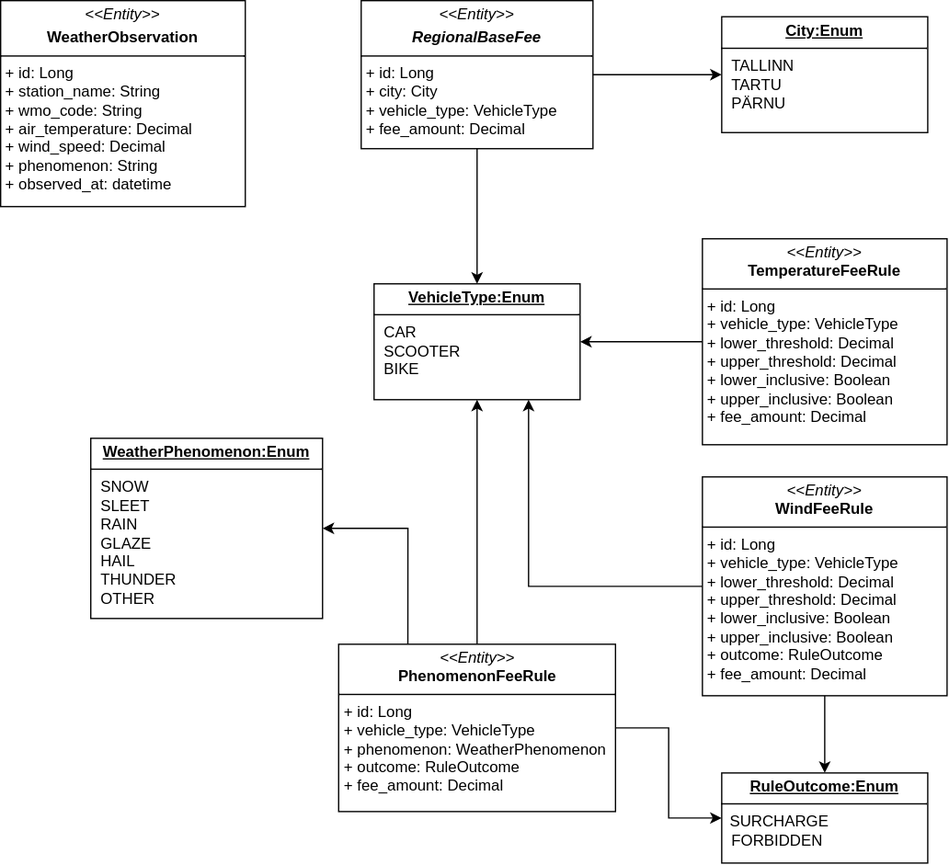
AndreasVG1/delivery-fee-calculator keeps this draw.io diagram as docs/class_diagram_v2.svg. Above is the earlier version. Source tidied: cells renumbered, new cells last; positions are measured from the earlier drawing's top-left corner, leaving out a move shared by most shapes.
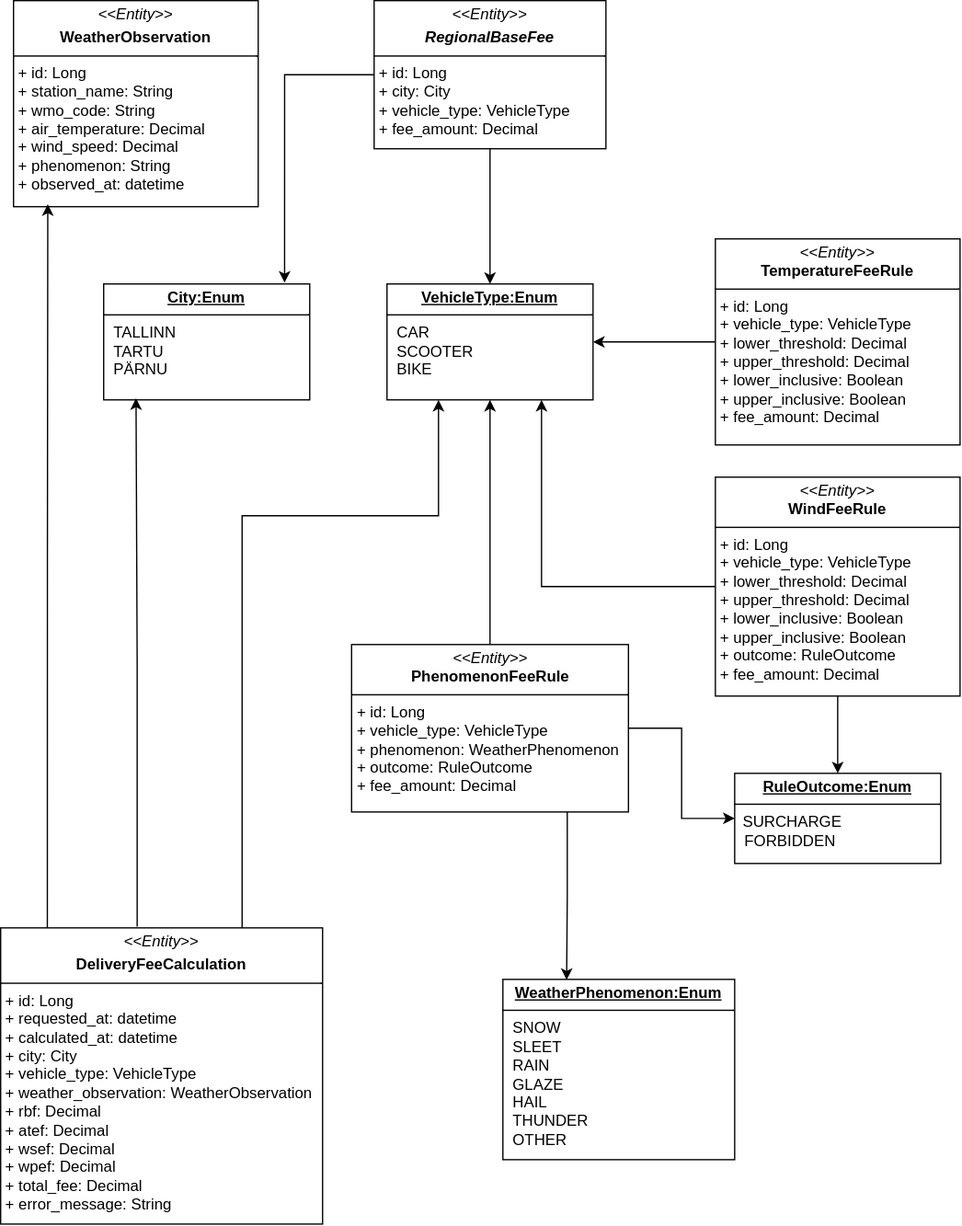
After the commit.

The edit, as a diff of the source:
```diff
@@ -15,10 +15,10 @@
       <mxGeometry x="290" y="220" width="160" height="90" as="geometry" />
     </mxCell>
     <mxCell id="6" value="&lt;p style=&quot;margin: 4px 0px 0px; text-align: center; text-decoration: underline;&quot;&gt;&lt;b&gt;City:Enum&lt;/b&gt;&lt;/p&gt;&lt;hr size=&quot;1&quot; style=&quot;border-style:solid;&quot;&gt;&lt;p style=&quot;margin:0px;margin-left:8px;&quot;&gt;TALLINN&lt;/p&gt;&lt;p style=&quot;margin:0px;margin-left:8px;&quot;&gt;TARTU&lt;/p&gt;&lt;p style=&quot;margin:0px;margin-left:8px;&quot;&gt;PÄRNU&lt;/p&gt;" style="verticalAlign=top;align=left;overflow=fill;html=1;whiteSpace=wrap;" parent="1" vertex="1">
-      <mxGeometry x="560" y="12.5" width="160" height="90" as="geometry" />
+      <mxGeometry x="70" y="220" width="160" height="90" as="geometry" />
     </mxCell>
-    <mxCell id="7" style="edgeStyle=orthogonalEdgeStyle;rounded=0;jettySize=auto;html=1;entryX=0;entryY=0.5;entryDx=0;entryDy=0;flowAnimation=0;followTerminals=0;" parent="1" edge="1" source="4" target="6">
-      <mxGeometry relative="1" as="geometry" />
+    <mxCell id="7" style="edgeStyle=orthogonalEdgeStyle;rounded=0;jettySize=auto;html=1;flowAnimation=0;followTerminals=0;entryX=0.878;entryY=-0.011;entryDx=0;entryDy=0;entryPerimeter=0;" parent="1" edge="1" source="4" target="6">
+      <mxGeometry x="-0.04" relative="1" as="geometry" />
     </mxCell>
     <mxCell id="8" style="edgeStyle=orthogonalEdgeStyle;rounded=0;jettySize=auto;html=1;" parent="1" edge="1" source="9" target="5">
       <mxGeometry relative="1" as="geometry" />
@@ -38,8 +38,8 @@
     <mxCell id="13" style="edgeStyle=orthogonalEdgeStyle;rounded=0;jettySize=auto;html=1;entryX=0.5;entryY=1;entryDx=0;entryDy=0;" parent="1" edge="1" source="16" target="5">
       <mxGeometry x="-0.08" relative="1" as="geometry" />
     </mxCell>
-    <mxCell id="14" style="edgeStyle=orthogonalEdgeStyle;rounded=0;jettySize=auto;html=1;entryX=1;entryY=0.5;entryDx=0;entryDy=0;exitX=0.25;exitY=0;exitDx=0;exitDy=0;" parent="1" edge="1" source="16" target="17">
-      <mxGeometry relative="1" as="geometry" />
+    <mxCell id="14" style="edgeStyle=orthogonalEdgeStyle;rounded=0;jettySize=auto;html=1;entryX=0.275;entryY=0.003;entryDx=0;entryDy=0;exitX=0.779;exitY=1;exitDx=0;exitDy=0;exitPerimeter=0;entryPerimeter=0;" parent="1" edge="1" source="16" target="17">
+      <mxGeometry x="0.04" relative="1" as="geometry" />
     </mxCell>
     <mxCell id="15" style="edgeStyle=orthogonalEdgeStyle;rounded=0;jettySize=auto;html=1;entryX=0;entryY=0.5;entryDx=0;entryDy=0;" parent="1" edge="1" source="16" target="18">
       <mxGeometry relative="1" as="geometry" />
@@ -48,10 +48,27 @@
       <mxGeometry x="262.5" y="500" width="215" height="130" as="geometry" />
     </mxCell>
     <mxCell id="17" value="&lt;p style=&quot;margin: 4px 0px 0px; text-align: center; text-decoration: underline;&quot;&gt;&lt;b&gt;WeatherPhenomenon:Enum&lt;/b&gt;&lt;/p&gt;&lt;hr size=&quot;1&quot; style=&quot;border-style:solid;&quot;&gt;&lt;p style=&quot;margin:0px;margin-left:8px;&quot;&gt;SNOW&lt;/p&gt;&lt;p style=&quot;margin:0px;margin-left:8px;&quot;&gt;SLEET&lt;/p&gt;&lt;p style=&quot;margin:0px;margin-left:8px;&quot;&gt;RAIN&lt;/p&gt;&lt;p style=&quot;margin:0px;margin-left:8px;&quot;&gt;GLAZE&lt;/p&gt;&lt;p style=&quot;margin:0px;margin-left:8px;&quot;&gt;HAIL&lt;/p&gt;&lt;p style=&quot;margin:0px;margin-left:8px;&quot;&gt;THUNDER&lt;/p&gt;&lt;p style=&quot;margin:0px;margin-left:8px;&quot;&gt;OTHER&lt;/p&gt;" style="verticalAlign=top;align=left;overflow=fill;html=1;whiteSpace=wrap;" parent="1" vertex="1">
-      <mxGeometry x="70" y="340" width="180" height="140" as="geometry" />
+      <mxGeometry x="380" y="760" width="180" height="140" as="geometry" />
     </mxCell>
     <mxCell id="18" value="&lt;p style=&quot;margin: 4px 0px 0px; text-align: center; text-decoration: underline;&quot;&gt;&lt;b&gt;RuleOutcome:Enum&lt;/b&gt;&lt;/p&gt;&lt;hr size=&quot;1&quot; style=&quot;border-style:solid;&quot;&gt;&amp;nbsp; SURCHARGE&lt;p style=&quot;margin:0px;margin-left:8px;&quot;&gt;FORBIDDEN&lt;/p&gt;" style="verticalAlign=top;align=left;overflow=fill;html=1;whiteSpace=wrap;" parent="1" vertex="1">
       <mxGeometry x="560" y="600" width="160" height="70" as="geometry" />
     </mxCell>
+    <mxCell id="19" style="edgeStyle=orthogonalEdgeStyle;rounded=0;jettySize=auto;html=1;entryX=0.14;entryY=0.988;entryDx=0;entryDy=0;exitX=0.145;exitY=0.008;exitDx=0;exitDy=0;entryPerimeter=0;exitPerimeter=0;" parent="1" edge="1" source="21" target="2">
+      <mxGeometry x="-0.04" relative="1" as="geometry" />
+    </mxCell>
+    <mxCell id="20" style="edgeStyle=orthogonalEdgeStyle;rounded=0;jettySize=auto;html=1;entryX=0.25;entryY=1;entryDx=0;entryDy=0;exitX=0.75;exitY=0;exitDx=0;exitDy=0;" parent="1" edge="1" source="21" target="5">
+      <mxGeometry x="-0.07" relative="1" as="geometry">
+        <Array as="points">
+          <mxPoint x="177.5" y="400" />
+          <mxPoint x="330" y="400" />
+        </Array>
+      </mxGeometry>
+    </mxCell>
+    <mxCell id="21" value="&lt;p style=&quot;margin:0px;margin-top:4px;text-align:center;&quot;&gt;&lt;i&gt;&amp;lt;&amp;lt;Entity&amp;gt;&amp;gt;&lt;/i&gt;&lt;b&gt;&lt;br&gt;&lt;/b&gt;&lt;/p&gt;&lt;p style=&quot;margin:0px;margin-top:4px;text-align:center;&quot;&gt;&lt;b&gt;DeliveryFeeCalculation&lt;/b&gt;&lt;/p&gt;&lt;hr size=&quot;1&quot; style=&quot;border-style:solid;&quot;&gt;&lt;p style=&quot;margin:0px;margin-left:4px;&quot;&gt;+ id: Long&lt;/p&gt;&lt;p style=&quot;margin:0px;margin-left:4px;&quot;&gt;+ requested_at: datetime&lt;br&gt;+ calculated_at: datetime&lt;/p&gt;&lt;p style=&quot;margin:0px;margin-left:4px;&quot;&gt;+ city: City&lt;/p&gt;&lt;p style=&quot;margin:0px;margin-left:4px;&quot;&gt;+ vehicle_type: VehicleType&lt;/p&gt;&lt;p style=&quot;margin:0px;margin-left:4px;&quot;&gt;+ weather_observation: WeatherObservation&lt;/p&gt;&lt;p style=&quot;margin:0px;margin-left:4px;&quot;&gt;+ rbf: Decimal&lt;/p&gt;&lt;p style=&quot;margin:0px;margin-left:4px;&quot;&gt;+ atef: Decimal&lt;/p&gt;&lt;p style=&quot;margin:0px;margin-left:4px;&quot;&gt;+ wsef: Decimal&lt;/p&gt;&lt;p style=&quot;margin:0px;margin-left:4px;&quot;&gt;+ wpef: Decimal&lt;/p&gt;&lt;p style=&quot;margin:0px;margin-left:4px;&quot;&gt;+ total_fee: Decimal&lt;/p&gt;&lt;p style=&quot;margin:0px;margin-left:4px;&quot;&gt;+ error_message: String&lt;/p&gt;" style="verticalAlign=top;align=left;overflow=fill;html=1;whiteSpace=wrap;" parent="1" vertex="1">
+      <mxGeometry x="-10" y="720" width="250" height="230" as="geometry" />
+    </mxCell>
+    <mxCell id="22" style="edgeStyle=orthogonalEdgeStyle;rounded=0;jettySize=auto;html=1;entryX=0.157;entryY=0.986;entryDx=0;entryDy=0;entryPerimeter=0;exitX=0.424;exitY=-0.004;exitDx=0;exitDy=0;exitPerimeter=0;" parent="1" edge="1" source="21" target="6">
+      <mxGeometry relative="1" as="geometry" />
+    </mxCell>
   </root>
 </mxGraphModel>
```
